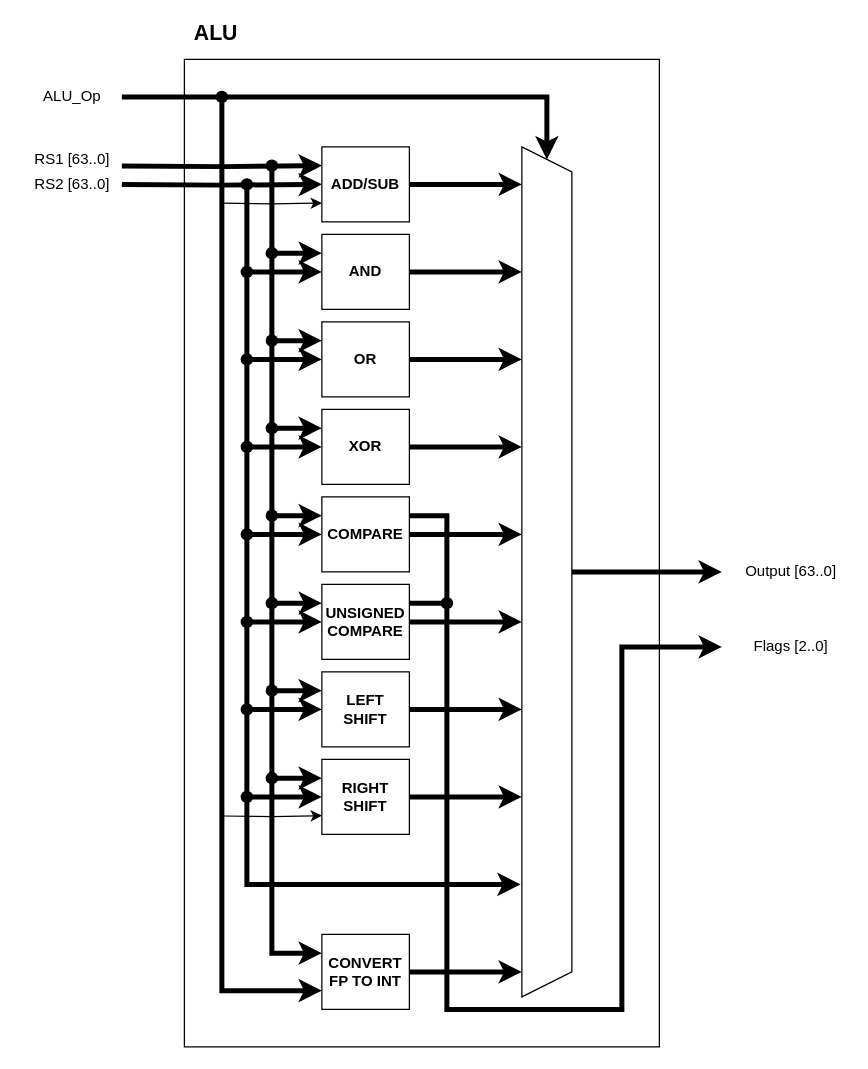
This is page "ALU" (8 of 9) of Diagrams/RV64IFD.drawio from hohaicongthuan/Project-2, a draw.io file, before an edit. Source tidied: cells renumbered, new cells numbered last; positions are measured from the earlier drawing's top-left corner, leaving out a move shared by most shapes. Both pictures are drawn from the tidied source at 125%, with x=0, y=0 at pixel (21, 21).
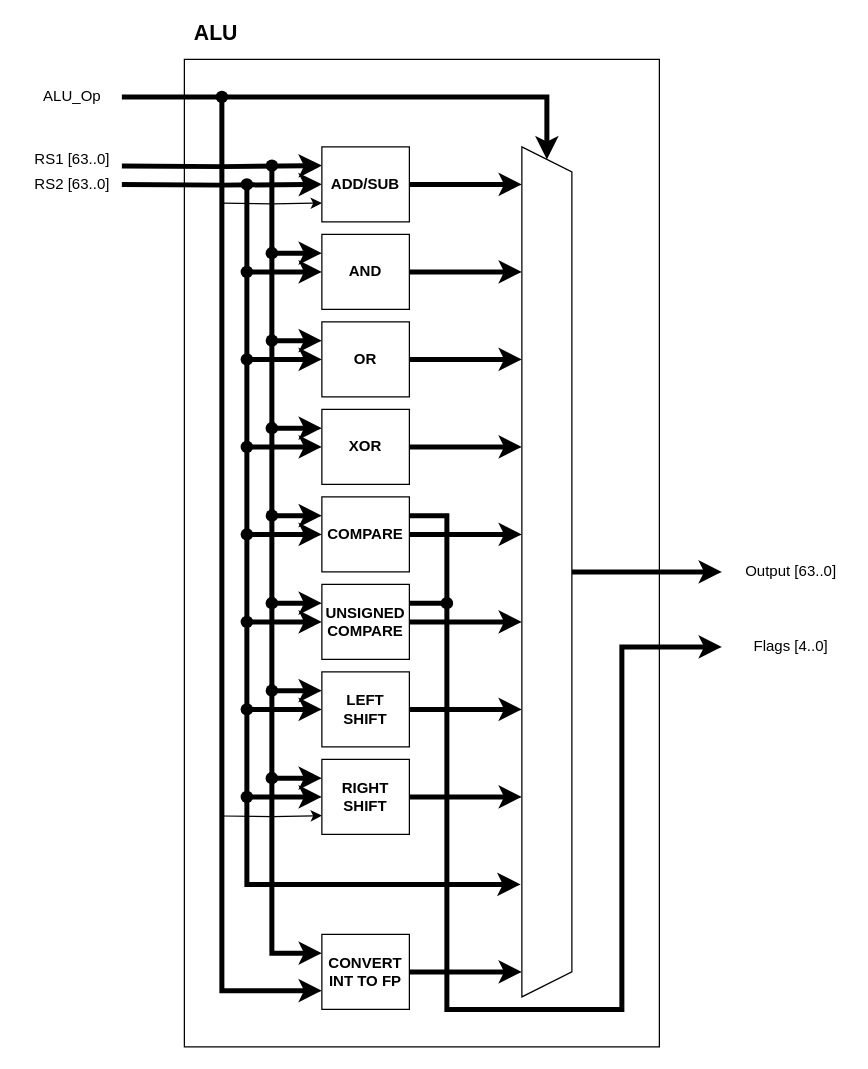
The same diagram, later.

Diff of the diagram source:
```diff
@@
-    <mxCell id="38" value="&lt;b&gt;CONVERT FP TO INT&lt;br&gt;&lt;/b&gt;" style="rounded=0;whiteSpace=wrap;html=1;" parent="1" vertex="1">
+    <mxCell id="38" value="&lt;b&gt;CONVERT INT TO FP&lt;br&gt;&lt;/b&gt;" style="rounded=0;whiteSpace=wrap;html=1;" parent="1" vertex="1">
       <mxGeometry x="240" y="730" width="70" height="60" as="geometry" />
     </mxCell>
@@
-    <mxCell id="51" value="Flags [2..0]" style="text;html=1;align=center;verticalAlign=middle;strokeColor=none;fillColor=none;" parent="1" vertex="1">
+    <mxCell id="51" value="Flags [4..0]" style="text;html=1;align=center;verticalAlign=middle;strokeColor=none;fillColor=none;" parent="1" vertex="1">
       <mxGeometry x="580" y="490" width="70" height="20" as="geometry" />
     </mxCell>
```
